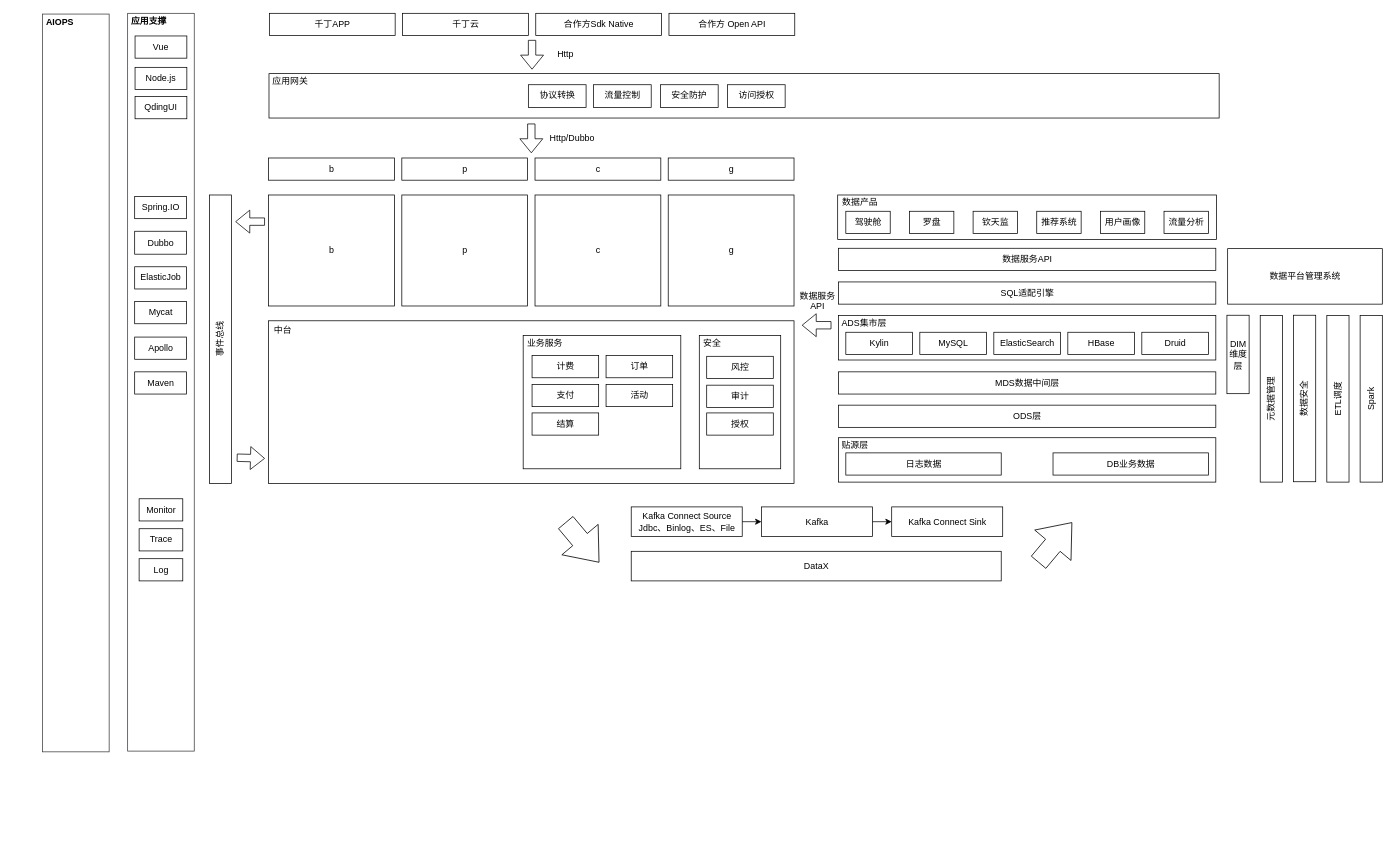
The draw.io diagram 未命名表单.drawio in polaris16/drawio, before the edit. Source tidied: cells renumbered, new cells numbered last; positions are measured from the earlier drawing's top-left corner, leaving out a move shared by most shapes. Both pictures are drawn from the tidied source at 74%, with x=0, y=0 at pixel (42, 13).
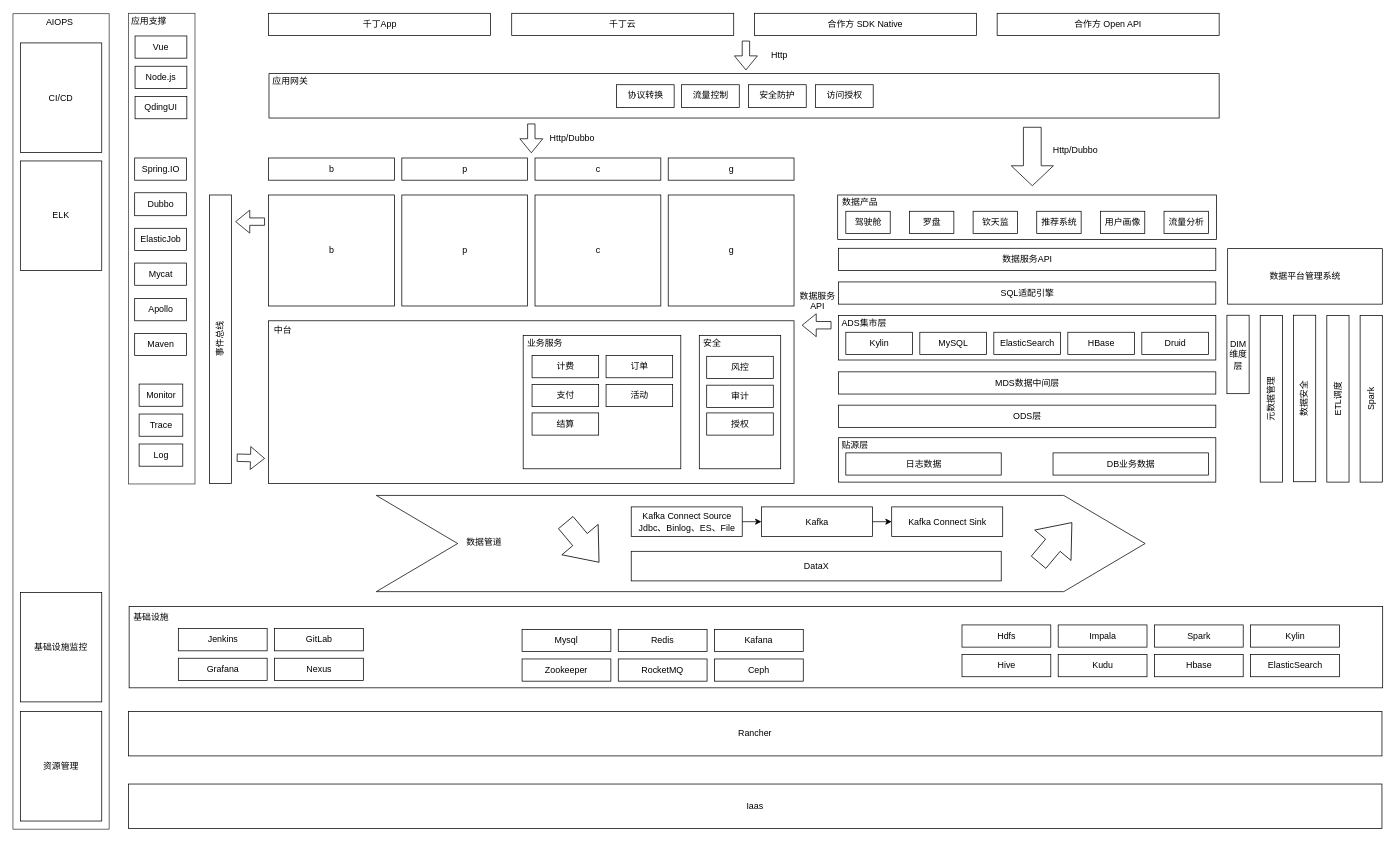
The same diagram, later.

Commit message:
更新未命名表单.drawio

What changed in the source:
```diff
@@
+    <mxCell id="96" style="shape=step;perimeter=stepPerimeter;whiteSpace=wrap;html=1;fixedSize=1;fillColor=none;align=center;size=110;" parent="1" vertex="1">
+      <mxGeometry x="451" y="652" width="1039" height="130" as="geometry" />
+    </mxCell>
+    <mxCell id="76" style="rounded=0;whiteSpace=wrap;html=1;fillColor=none;strokeColor=#36393d;" parent="1" vertex="1">
+      <mxGeometry x="116" y="0.5" width="90" height="636" as="geometry" />
+    </mxCell>
@@
-    <mxCell id="63" value="千丁APP" style="rounded=0;whiteSpace=wrap;html=1;fillColor=none;align=center;" parent="1" vertex="1">
-      <mxGeometry x="306.5" y="0.5" width="170" height="30" as="geometry" />
-    </mxCell>
-    <mxCell id="64" value="千丁云" style="rounded=0;whiteSpace=wrap;html=1;fillColor=none;align=center;" parent="1" vertex="1">
-      <mxGeometry x="486.5" y="0.5" width="170" height="30" as="geometry" />
-    </mxCell>
-    <mxCell id="65" value="合作方Sdk Native" style="rounded=0;whiteSpace=wrap;html=1;fillColor=none;align=center;" parent="1" vertex="1">
-      <mxGeometry x="666.5" y="0.5" width="170" height="30" as="geometry" />
-    </mxCell>
     <mxCell id="66" value="合作方 Open API" style="rounded=0;whiteSpace=wrap;html=1;fillColor=none;align=center;" parent="1" vertex="1">
-      <mxGeometry x="846.5" y="0.5" width="170" height="30" as="geometry" />
+      <mxGeometry x="1290" y="0.5" width="300" height="30" as="geometry" />
     </mxCell>
     <mxCell id="67" style="shape=flexArrow;endArrow=classic;html=1;" parent="1" edge="1">
       <mxGeometry relative="1" as="geometry">
-        <mxPoint x="661.5" y="36.5" as="sourcePoint" />
-        <mxPoint x="661.5" y="76.5" as="targetPoint" />
+        <mxPoint x="950.5" y="37.5" as="sourcePoint" />
+        <mxPoint x="950.5" y="77.5" as="targetPoint" />
       </mxGeometry>
     </mxCell>
     <mxCell id="68" value="Http" style="text;html=1;strokeColor=none;fillColor=none;align=center;verticalAlign=middle;whiteSpace=wrap;rounded=0;" parent="1" vertex="1">
-      <mxGeometry x="686.5" y="45.5" width="40" height="20" as="geometry" />
+      <mxGeometry x="975.5" y="46.5" width="40" height="20" as="geometry" />
     </mxCell>
@@
     <mxCell id="71" value="协议转换" style="rounded=0;whiteSpace=wrap;html=1;" parent="1" vertex="1">
-      <mxGeometry x="656.5" y="97" width="78" height="30.8" as="geometry" />
+      <mxGeometry x="775.5" y="97" width="78" height="30.8" as="geometry" />
     </mxCell>
     <mxCell id="72" value="流量控制" style="rounded=0;whiteSpace=wrap;html=1;" parent="1" vertex="1">
-      <mxGeometry x="744.5" y="97" width="78" height="30.8" as="geometry" />
+      <mxGeometry x="863.5" y="97" width="78" height="30.8" as="geometry" />
     </mxCell>
     <mxCell id="73" value="安全防护" style="rounded=0;whiteSpace=wrap;html=1;" parent="1" vertex="1">
-      <mxGeometry x="835" y="97" width="78" height="30.8" as="geometry" />
+      <mxGeometry x="954" y="97" width="78" height="30.8" as="geometry" />
     </mxCell>
     <mxCell id="74" value="访问授权" style="rounded=0;whiteSpace=wrap;html=1;" parent="1" vertex="1">
-      <mxGeometry x="925.5" y="97" width="78" height="30.8" as="geometry" />
+      <mxGeometry x="1044.5" y="97" width="78" height="30.8" as="geometry" />
     </mxCell>
@@
-    <mxCell id="76" style="rounded=0;whiteSpace=wrap;html=1;fillColor=none;strokeColor=#36393d;" parent="1" vertex="1">
-      <mxGeometry x="115" y="0.5" width="90" height="997" as="geometry" />
-    </mxCell>
     <mxCell id="77" value="Dubbo" style="rounded=0;whiteSpace=wrap;html=1;strokeWidth=1;" parent="1" vertex="1">
-      <mxGeometry x="124.5" y="295" width="70" height="31" as="geometry" />
+      <mxGeometry x="124.5" y="243" width="70" height="31" as="geometry" />
     </mxCell>
     <mxCell id="78" value="Spring.IO" style="rounded=0;whiteSpace=wrap;html=1;strokeWidth=1;" parent="1" vertex="1">
-      <mxGeometry x="124.5" y="248" width="70" height="30" as="geometry" />
+      <mxGeometry x="124.5" y="196" width="70" height="30" as="geometry" />
     </mxCell>
     <mxCell id="79" value="ElasticJob" style="rounded=0;whiteSpace=wrap;html=1;strokeWidth=1;" parent="1" vertex="1">
-      <mxGeometry x="124.5" y="343" width="70" height="30" as="geometry" />
+      <mxGeometry x="124.5" y="291" width="70" height="30" as="geometry" />
     </mxCell>
     <mxCell id="80" value="Mycat" style="rounded=0;whiteSpace=wrap;html=1;strokeWidth=1;" parent="1" vertex="1">
-      <mxGeometry x="124.5" y="390" width="70" height="30" as="geometry" />
+      <mxGeometry x="124.5" y="338" width="70" height="30" as="geometry" />
     </mxCell>
     <mxCell id="81" value="Apollo" style="rounded=0;whiteSpace=wrap;html=1;strokeWidth=1;" parent="1" vertex="1">
-      <mxGeometry x="124.5" y="438" width="70" height="30" as="geometry" />
+      <mxGeometry x="124.5" y="386" width="70" height="30" as="geometry" />
     </mxCell>
     <mxCell id="82" value="Maven" style="rounded=0;whiteSpace=wrap;html=1;strokeWidth=1;" parent="1" vertex="1">
-      <mxGeometry x="124.5" y="485" width="70" height="30" as="geometry" />
+      <mxGeometry x="124.5" y="433" width="70" height="30" as="geometry" />
     </mxCell>
     <mxCell id="83" value="Monitor" style="rounded=0;whiteSpace=wrap;html=1;strokeWidth=1;" parent="1" vertex="1">
-      <mxGeometry x="130.5" y="656.5" width="59" height="30" as="geometry" />
+      <mxGeometry x="130.5" y="501.5" width="59" height="30" as="geometry" />
     </mxCell>
     <mxCell id="84" value="Trace" style="rounded=0;whiteSpace=wrap;html=1;strokeWidth=1;" parent="1" vertex="1">
-      <mxGeometry x="130.5" y="697" width="59" height="30" as="geometry" />
+      <mxGeometry x="130.5" y="542" width="59" height="30" as="geometry" />
     </mxCell>
     <mxCell id="85" value="Log" style="rounded=0;whiteSpace=wrap;html=1;strokeWidth=1;" parent="1" vertex="1">
-      <mxGeometry x="130.5" y="737.5" width="59" height="30" as="geometry" />
+      <mxGeometry x="130.5" y="582.5" width="59" height="30" as="geometry" />
     </mxCell>
@@
     <mxCell id="87" value="Node.js" style="rounded=0;whiteSpace=wrap;html=1;strokeWidth=1;" parent="1" vertex="1">
-      <mxGeometry x="125" y="73.5" width="70" height="30" as="geometry" />
+      <mxGeometry x="125" y="72" width="70" height="30" as="geometry" />
     </mxCell>
-    <mxCell id="88" value="&lt;b&gt;应用支撑&lt;br&gt;&lt;/b&gt;" style="text;html=1;strokeColor=none;fillColor=none;align=left;verticalAlign=middle;whiteSpace=wrap;rounded=0;dashed=1;" parent="1" vertex="1">
+    <mxCell id="88" value="&lt;span&gt;应用支撑&lt;br&gt;&lt;/span&gt;" style="text;html=1;strokeColor=none;fillColor=none;align=left;verticalAlign=middle;whiteSpace=wrap;rounded=0;dashed=1;fontStyle=0;" parent="1" vertex="1">
       <mxGeometry x="118" y="1.3" width="80" height="20" as="geometry" />
     </mxCell>
     <mxCell id="89" style="rounded=0;whiteSpace=wrap;html=1;fillColor=none;strokeColor=#36393d;" parent="1" vertex="1">
-      <mxGeometry y="1.5" width="90" height="997" as="geometry" />
+      <mxGeometry x="-40" y="1" width="130" height="1102" as="geometry" />
     </mxCell>
-    <mxCell id="90" value="&lt;b&gt;AIOPS&lt;br&gt;&lt;/b&gt;" style="text;html=1;strokeColor=none;fillColor=none;align=left;verticalAlign=middle;whiteSpace=wrap;rounded=0;dashed=1;" parent="1" vertex="1">
+    <mxCell id="90" value="&lt;span&gt;AIOPS&lt;br&gt;&lt;/span&gt;" style="text;html=1;strokeColor=none;fillColor=none;align=left;verticalAlign=middle;whiteSpace=wrap;rounded=0;dashed=1;fontStyle=0;" parent="1" vertex="1">
       <mxGeometry x="3" y="3.3" width="80" height="20" as="geometry" />
     </mxCell>
@@
+    <mxCell id="97" style="rounded=0;whiteSpace=wrap;html=1;align=left;fillColor=none;" parent="1" vertex="1">
+      <mxGeometry x="117" y="802" width="1694" height="110" as="geometry" />
+    </mxCell>
+    <mxCell id="98" value="Hdfs" style="rounded=0;whiteSpace=wrap;html=1;fillColor=none;align=center;" parent="1" vertex="1">
+      <mxGeometry x="1242.5" y="827" width="120" height="30" as="geometry" />
+    </mxCell>
+    <mxCell id="99" value="Hive" style="rounded=0;whiteSpace=wrap;html=1;fillColor=none;align=center;" parent="1" vertex="1">
+      <mxGeometry x="1242.5" y="867" width="120" height="30" as="geometry" />
+    </mxCell>
+    <mxCell id="100" value="Impala" style="rounded=0;whiteSpace=wrap;html=1;fillColor=none;align=center;" parent="1" vertex="1">
+      <mxGeometry x="1372.5" y="827" width="120" height="30" as="geometry" />
+    </mxCell>
+    <mxCell id="101" value="Kudu" style="rounded=0;whiteSpace=wrap;html=1;fillColor=none;align=center;" parent="1" vertex="1">
+      <mxGeometry x="1372.5" y="867" width="120" height="30" as="geometry" />
+    </mxCell>
+    <mxCell id="102" value="Spark" style="rounded=0;whiteSpace=wrap;html=1;fillColor=none;align=center;" parent="1" vertex="1">
+      <mxGeometry x="1502.5" y="827" width="120" height="30" as="geometry" />
+    </mxCell>
+    <mxCell id="103" value="Hbase" style="rounded=0;whiteSpace=wrap;html=1;fillColor=none;align=center;" parent="1" vertex="1">
+      <mxGeometry x="1502.5" y="867" width="120" height="30" as="geometry" />
+    </mxCell>
+    <mxCell id="104" value="Kylin" style="rounded=0;whiteSpace=wrap;html=1;fillColor=none;align=center;" parent="1" vertex="1">
+      <mxGeometry x="1632.5" y="827" width="120" height="30" as="geometry" />
+    </mxCell>
+    <mxCell id="105" value="ElasticSearch" style="rounded=0;whiteSpace=wrap;html=1;fillColor=none;align=center;" parent="1" vertex="1">
+      <mxGeometry x="1632.5" y="867" width="120" height="30" as="geometry" />
+    </mxCell>
+    <mxCell id="106" value="基础设施" style="text;html=1;strokeColor=none;fillColor=none;align=left;verticalAlign=middle;whiteSpace=wrap;rounded=0;dashed=1;" parent="1" vertex="1">
+      <mxGeometry x="121" y="807" width="80" height="20" as="geometry" />
+    </mxCell>
+    <mxCell id="107" value="Mysql" style="rounded=0;whiteSpace=wrap;html=1;fillColor=none;align=center;" parent="1" vertex="1">
+      <mxGeometry x="648" y="833" width="120" height="30" as="geometry" />
+    </mxCell>
+    <mxCell id="108" value="Zookeeper" style="rounded=0;whiteSpace=wrap;html=1;fillColor=none;align=center;" parent="1" vertex="1">
+      <mxGeometry x="648" y="873" width="120" height="30" as="geometry" />
+    </mxCell>
+    <mxCell id="109" value="Redis" style="rounded=0;whiteSpace=wrap;html=1;fillColor=none;align=center;" parent="1" vertex="1">
+      <mxGeometry x="778" y="833" width="120" height="30" as="geometry" />
+    </mxCell>
+    <mxCell id="110" value="RocketMQ" style="rounded=0;whiteSpace=wrap;html=1;fillColor=none;align=center;" parent="1" vertex="1">
+      <mxGeometry x="778" y="873" width="120" height="30" as="geometry" />
+    </mxCell>
+    <mxCell id="111" value="Ceph" style="rounded=0;whiteSpace=wrap;html=1;fillColor=none;align=center;" parent="1" vertex="1">
+      <mxGeometry x="908" y="873" width="120" height="30" as="geometry" />
+    </mxCell>
+    <mxCell id="112" value="Kafana" style="rounded=0;whiteSpace=wrap;html=1;fillColor=none;align=center;" parent="1" vertex="1">
+      <mxGeometry x="908" y="833" width="120" height="30" as="geometry" />
+    </mxCell>
+    <mxCell id="113" value="Grafana" style="rounded=0;whiteSpace=wrap;html=1;fillColor=none;align=center;" parent="1" vertex="1">
+      <mxGeometry x="183.5" y="872" width="120" height="30" as="geometry" />
+    </mxCell>
+    <mxCell id="114" value="Jenkins" style="rounded=0;whiteSpace=wrap;html=1;fillColor=none;align=center;" parent="1" vertex="1">
+      <mxGeometry x="183.5" y="832" width="120" height="30" as="geometry" />
+    </mxCell>
+    <mxCell id="115" value="GitLab" style="rounded=0;whiteSpace=wrap;html=1;fillColor=none;align=center;" parent="1" vertex="1">
+      <mxGeometry x="313.5" y="832" width="120" height="30" as="geometry" />
+    </mxCell>
+    <mxCell id="116" value="Nexus" style="rounded=0;whiteSpace=wrap;html=1;fillColor=none;align=center;" parent="1" vertex="1">
+      <mxGeometry x="313.5" y="872" width="120" height="30" as="geometry" />
+    </mxCell>
+    <mxCell id="117" value="Rancher" style="rounded=0;whiteSpace=wrap;html=1;align=center;fillColor=none;" parent="1" vertex="1">
+      <mxGeometry x="116" y="944" width="1694" height="60" as="geometry" />
+    </mxCell>
+    <mxCell id="118" value="Iaas" style="rounded=0;whiteSpace=wrap;html=1;align=center;fillColor=none;" parent="1" vertex="1">
+      <mxGeometry x="116" y="1042" width="1694" height="60" as="geometry" />
+    </mxCell>
+    <mxCell id="119" value="资源管理" style="rounded=0;whiteSpace=wrap;html=1;fillColor=none;align=center;" parent="1" vertex="1">
+      <mxGeometry x="-30" y="944" width="110" height="148" as="geometry" />
+    </mxCell>
+    <mxCell id="120" value="基础设施监控" style="rounded=0;whiteSpace=wrap;html=1;fillColor=none;align=center;" parent="1" vertex="1">
+      <mxGeometry x="-30" y="783" width="110" height="148" as="geometry" />
+    </mxCell>
+    <mxCell id="121" value="CI/CD" style="rounded=0;whiteSpace=wrap;html=1;fillColor=none;align=center;" parent="1" vertex="1">
+      <mxGeometry x="-30" y="40.5" width="110" height="148" as="geometry" />
+    </mxCell>
+    <mxCell id="122" value="ELK" style="rounded=0;whiteSpace=wrap;html=1;fillColor=none;align=center;" parent="1" vertex="1">
+      <mxGeometry x="-30" y="200" width="110" height="148" as="geometry" />
+    </mxCell>
+    <mxCell id="123" value="合作方 SDK Native" style="rounded=0;whiteSpace=wrap;html=1;fillColor=none;align=center;" parent="1" vertex="1">
+      <mxGeometry x="962" y="0.5" width="300" height="30" as="geometry" />
+    </mxCell>
+    <mxCell id="64" value="千丁云" style="rounded=0;whiteSpace=wrap;html=1;fillColor=none;align=center;" parent="1" vertex="1">
+      <mxGeometry x="634" y="0.5" width="300" height="30" as="geometry" />
+    </mxCell>
+    <mxCell id="124" value="千丁App" style="rounded=0;whiteSpace=wrap;html=1;fillColor=none;align=center;" parent="1" vertex="1">
+      <mxGeometry x="305.5" y="0.5" width="300" height="30" as="geometry" />
+    </mxCell>
+    <mxCell id="125" style="shape=flexArrow;endArrow=classic;html=1;width=24;endSize=8.66;endWidth=32;" parent="1" edge="1">
+      <mxGeometry relative="1" as="geometry">
+        <mxPoint x="1337.5" y="154" as="sourcePoint" />
+        <mxPoint x="1337.5" y="234" as="targetPoint" />
+      </mxGeometry>
+    </mxCell>
+    <mxCell id="126" value="Http/Dubbo" style="text;html=1;strokeColor=none;fillColor=none;align=center;verticalAlign=middle;whiteSpace=wrap;rounded=0;" parent="1" vertex="1">
+      <mxGeometry x="1375.5" y="176" width="40" height="20" as="geometry" />
+    </mxCell>
+    <mxCell id="127" value="数据管道" style="text;html=1;strokeColor=none;fillColor=none;align=left;verticalAlign=middle;whiteSpace=wrap;rounded=0;dashed=1;" parent="1" vertex="1">
+      <mxGeometry x="570.5" y="705.5" width="80" height="20" as="geometry" />
+    </mxCell>
```
